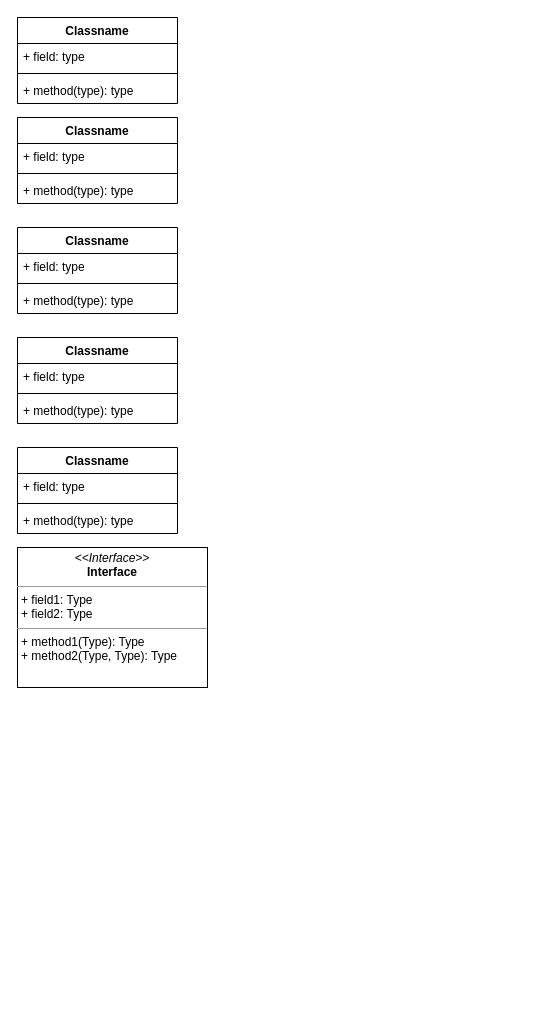
Before: 11072019 homework Diagram.drawio in smartijo/CISC201draw, a draw.io diagram. Source tidied: cells renumbered, new cells numbered last; positions are measured from the earlier drawing's top-left corner, leaving out a move shared by most shapes. Both pictures are drawn from the tidied source at 100%, with x=0, y=0 at pixel (17, 17).
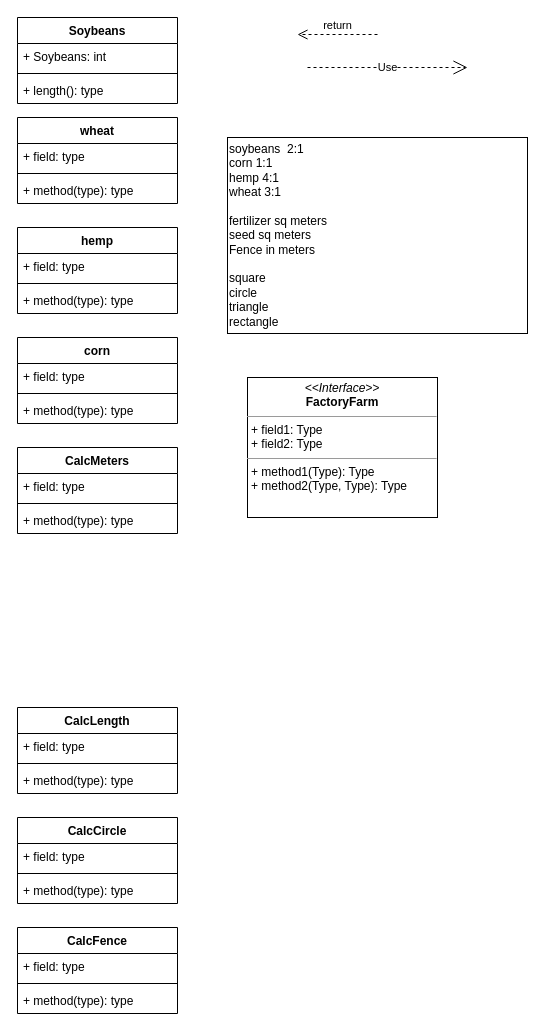
The same page after the edit.

The edit, as a diff of the source:
```diff
@@
-    <mxCell id="2" value="Classname" style="swimlane;fontStyle=1;align=center;verticalAlign=top;horizontal=1;startSize=26;" parent="1" vertex="1">
+    <mxCell id="2" value="Soybeans" style="swimlane;fontStyle=1;align=center;verticalAlign=top;horizontal=1;startSize=26;" parent="1" vertex="1">
       <mxGeometry width="160" height="86" as="geometry" />
     </mxCell>
-    <mxCell id="3" value="+ field: type" style="text;strokeColor=none;fillColor=none;align=left;verticalAlign=top;spacingLeft=4;spacingRight=4;overflow=hidden;" parent="2" vertex="1">
+    <mxCell id="3" value="+ Soybeans: int" style="text;strokeColor=none;fillColor=none;align=left;verticalAlign=top;spacingLeft=4;spacingRight=4;overflow=hidden;" parent="2" vertex="1">
       <mxGeometry y="26" width="160" height="26" as="geometry" />
     </mxCell>
@@
-    <mxCell id="5" value="+ method(type): type" style="text;strokeColor=none;fillColor=none;align=left;verticalAlign=top;spacingLeft=4;spacingRight=4;overflow=hidden;" parent="2" vertex="1">
+    <mxCell id="5" value="+ length(): type" style="text;strokeColor=none;fillColor=none;align=left;verticalAlign=top;spacingLeft=4;spacingRight=4;overflow=hidden;" parent="2" vertex="1">
       <mxGeometry y="60" width="160" height="26" as="geometry" />
     </mxCell>
-    <mxCell id="6" value="Classname" style="swimlane;fontStyle=1;align=center;verticalAlign=top;horizontal=1;startSize=26;" parent="1" vertex="1">
+    <mxCell id="6" value="wheat" style="swimlane;fontStyle=1;align=center;verticalAlign=top;horizontal=1;startSize=26;" parent="1" vertex="1">
       <mxGeometry y="100" width="160" height="86" as="geometry" />
     </mxCell>
@@
-    <mxCell id="10" value="Classname" style="swimlane;fontStyle=1;align=center;verticalAlign=top;horizontal=1;startSize=26;" parent="1" vertex="1">
+    <mxCell id="10" value="hemp" style="swimlane;fontStyle=1;align=center;verticalAlign=top;horizontal=1;startSize=26;" parent="1" vertex="1">
       <mxGeometry y="210" width="160" height="86" as="geometry" />
     </mxCell>
@@
-    <mxCell id="14" value="Classname" style="swimlane;fontStyle=1;align=center;verticalAlign=top;horizontal=1;startSize=26;" parent="1" vertex="1">
+    <mxCell id="14" value="corn" style="swimlane;fontStyle=1;align=center;verticalAlign=top;horizontal=1;startSize=26;" parent="1" vertex="1">
       <mxGeometry y="320" width="160" height="86" as="geometry" />
     </mxCell>
@@
-    <mxCell id="18" value="Classname" style="swimlane;fontStyle=1;align=center;verticalAlign=top;horizontal=1;startSize=26;" parent="1" vertex="1">
+    <mxCell id="18" value="CalcMeters" style="swimlane;fontStyle=1;align=center;verticalAlign=top;horizontal=1;startSize=26;" parent="1" vertex="1">
       <mxGeometry y="430" width="160" height="86" as="geometry" />
     </mxCell>
@@
-    <mxCell id="22" value="&lt;p style=&quot;margin:0px;margin-top:4px;text-align:center;&quot;&gt;&lt;i&gt;&amp;lt;&amp;lt;Interface&amp;gt;&amp;gt;&lt;/i&gt;&lt;br/&gt;&lt;b&gt;Interface&lt;/b&gt;&lt;/p&gt;&lt;hr size=&quot;1&quot;/&gt;&lt;p style=&quot;margin:0px;margin-left:4px;&quot;&gt;+ field1: Type&lt;br/&gt;+ field2: Type&lt;/p&gt;&lt;hr size=&quot;1&quot;/&gt;&lt;p style=&quot;margin:0px;margin-left:4px;&quot;&gt;+ method1(Type): Type&lt;br/&gt;+ method2(Type, Type): Type&lt;/p&gt;" style="verticalAlign=top;align=left;overflow=fill;fontSize=12;fontFamily=Helvetica;html=1;" parent="1" vertex="1">
-      <mxGeometry y="530" width="190" height="140" as="geometry" />
+    <mxCell id="22" value="&lt;p style=&quot;margin: 0px ; margin-top: 4px ; text-align: center&quot;&gt;&lt;i&gt;&amp;lt;&amp;lt;Interface&amp;gt;&amp;gt;&lt;/i&gt;&lt;br&gt;&lt;b&gt;FactoryFarm&lt;/b&gt;&lt;/p&gt;&lt;hr size=&quot;1&quot;&gt;&lt;p style=&quot;margin: 0px ; margin-left: 4px&quot;&gt;+ field1: Type&lt;br&gt;+ field2: Type&lt;/p&gt;&lt;hr size=&quot;1&quot;&gt;&lt;p style=&quot;margin: 0px ; margin-left: 4px&quot;&gt;+ method1(Type): Type&lt;br&gt;+ method2(Type, Type): Type&lt;/p&gt;" style="verticalAlign=top;align=left;overflow=fill;fontSize=12;fontFamily=Helvetica;html=1;" parent="1" vertex="1">
+      <mxGeometry x="230" y="360" width="190" height="140" as="geometry" />
     </mxCell>
+    <mxCell id="23" value="&lt;div align=&quot;left&quot;&gt;&lt;br&gt;&lt;/div&gt;&lt;div align=&quot;left&quot;&gt;soybeans&amp;nbsp; 2:1&lt;br&gt;&lt;/div&gt;&lt;div align=&quot;left&quot;&gt;corn 1:1&lt;br&gt;&lt;/div&gt;&lt;div align=&quot;left&quot;&gt;hemp 4:1&lt;br&gt;&lt;/div&gt;&lt;div align=&quot;left&quot;&gt;wheat 3:1&lt;br&gt;&lt;/div&gt;&lt;div align=&quot;left&quot;&gt;&lt;br&gt;&lt;/div&gt;&lt;div align=&quot;left&quot;&gt;fertilizer sq meters&lt;br&gt;&lt;/div&gt;&lt;div align=&quot;left&quot;&gt;seed sq meters&lt;br&gt;&lt;/div&gt;&lt;div align=&quot;left&quot;&gt;Fence in meters&lt;/div&gt;&lt;div align=&quot;left&quot;&gt;&lt;br&gt;&lt;/div&gt;&lt;div align=&quot;left&quot;&gt;square&lt;/div&gt;&lt;div align=&quot;left&quot;&gt;circle&lt;/div&gt;&lt;div align=&quot;left&quot;&gt;triangle&lt;/div&gt;&lt;div align=&quot;left&quot;&gt;rectangle&lt;/div&gt;&lt;div align=&quot;left&quot;&gt;&lt;br&gt;&lt;/div&gt;" style="text;html=1;strokeColor=#000000;fillColor=none;align=left;verticalAlign=middle;whiteSpace=wrap;rounded=0;" parent="1" vertex="1">
+      <mxGeometry x="210" y="120" width="300" height="196" as="geometry" />
+    </mxCell>
+    <mxCell id="24" value="return" style="html=1;verticalAlign=bottom;endArrow=open;dashed=1;endSize=8;" parent="1" edge="1">
+      <mxGeometry relative="1" as="geometry">
+        <mxPoint x="360" y="17" as="sourcePoint" />
+        <mxPoint x="280" y="17" as="targetPoint" />
+      </mxGeometry>
+    </mxCell>
+    <mxCell id="25" value="Use" style="endArrow=open;endSize=12;dashed=1;html=1;" parent="1" edge="1">
+      <mxGeometry relative="1" as="geometry">
+        <mxPoint x="290" y="50" as="sourcePoint" />
+        <mxPoint x="450" y="50" as="targetPoint" />
+      </mxGeometry>
+    </mxCell>
+    <mxCell id="26" value="CalcLength" style="swimlane;fontStyle=1;align=center;verticalAlign=top;horizontal=1;startSize=26;strokeColor=#000000;" parent="1" vertex="1">
+      <mxGeometry y="690" width="160" height="86" as="geometry" />
+    </mxCell>
+    <mxCell id="27" value="+ field: type" style="text;strokeColor=none;fillColor=none;align=left;verticalAlign=top;spacingLeft=4;spacingRight=4;overflow=hidden;" parent="26" vertex="1">
+      <mxGeometry y="26" width="160" height="26" as="geometry" />
+    </mxCell>
+    <mxCell id="28" style="line;strokeWidth=1;fillColor=none;align=left;verticalAlign=middle;spacingTop=-1;spacingLeft=3;spacingRight=3;labelPosition=right;" parent="26" vertex="1">
+      <mxGeometry y="52" width="160" height="8" as="geometry" />
+    </mxCell>
+    <mxCell id="29" value="+ method(type): type" style="text;strokeColor=none;fillColor=none;align=left;verticalAlign=top;spacingLeft=4;spacingRight=4;overflow=hidden;" parent="26" vertex="1">
+      <mxGeometry y="60" width="160" height="26" as="geometry" />
+    </mxCell>
+    <mxCell id="30" value="CalcCircle" style="swimlane;fontStyle=1;align=center;verticalAlign=top;horizontal=1;startSize=26;strokeColor=#000000;" parent="1" vertex="1">
+      <mxGeometry y="800" width="160" height="86" as="geometry" />
+    </mxCell>
+    <mxCell id="31" value="+ field: type" style="text;strokeColor=none;fillColor=none;align=left;verticalAlign=top;spacingLeft=4;spacingRight=4;overflow=hidden;" parent="30" vertex="1">
+      <mxGeometry y="26" width="160" height="26" as="geometry" />
+    </mxCell>
+    <mxCell id="32" style="line;strokeWidth=1;fillColor=none;align=left;verticalAlign=middle;spacingTop=-1;spacingLeft=3;spacingRight=3;labelPosition=right;" parent="30" vertex="1">
+      <mxGeometry y="52" width="160" height="8" as="geometry" />
+    </mxCell>
+    <mxCell id="33" value="+ method(type): type" style="text;strokeColor=none;fillColor=none;align=left;verticalAlign=top;spacingLeft=4;spacingRight=4;overflow=hidden;" parent="30" vertex="1">
+      <mxGeometry y="60" width="160" height="26" as="geometry" />
+    </mxCell>
+    <mxCell id="34" value="CalcFence" style="swimlane;fontStyle=1;align=center;verticalAlign=top;horizontal=1;startSize=26;strokeColor=#000000;" parent="1" vertex="1">
+      <mxGeometry y="910" width="160" height="86" as="geometry" />
+    </mxCell>
+    <mxCell id="35" value="+ field: type" style="text;strokeColor=none;fillColor=none;align=left;verticalAlign=top;spacingLeft=4;spacingRight=4;overflow=hidden;" parent="34" vertex="1">
+      <mxGeometry y="26" width="160" height="26" as="geometry" />
+    </mxCell>
+    <mxCell id="36" style="line;strokeWidth=1;fillColor=none;align=left;verticalAlign=middle;spacingTop=-1;spacingLeft=3;spacingRight=3;labelPosition=right;" parent="34" vertex="1">
+      <mxGeometry y="52" width="160" height="8" as="geometry" />
+    </mxCell>
+    <mxCell id="37" value="+ method(type): type" style="text;strokeColor=none;fillColor=none;align=left;verticalAlign=top;spacingLeft=4;spacingRight=4;overflow=hidden;" parent="34" vertex="1">
+      <mxGeometry y="60" width="160" height="26" as="geometry" />
+    </mxCell>
```
